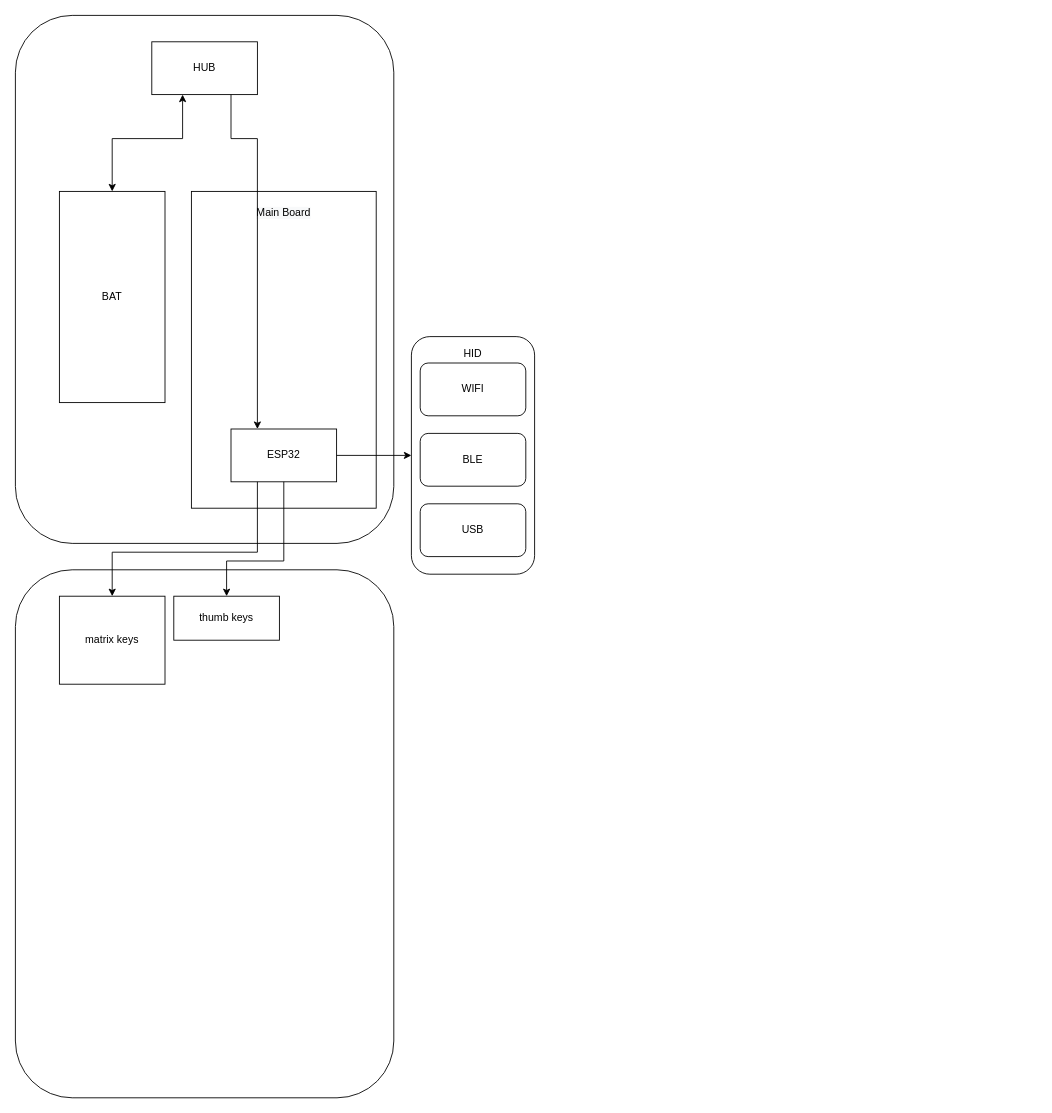
This is MMKeyboard.drawio from XiaoLiuAI/diagrams, a draw.io file, before an edit. Source tidied: cells renumbered, new cells numbered last; positions are measured from the earlier drawing's top-left corner, leaving out a move shared by most shapes. Both pictures are drawn from the tidied source at 88%, with x=0, y=0 at pixel (15, 15).
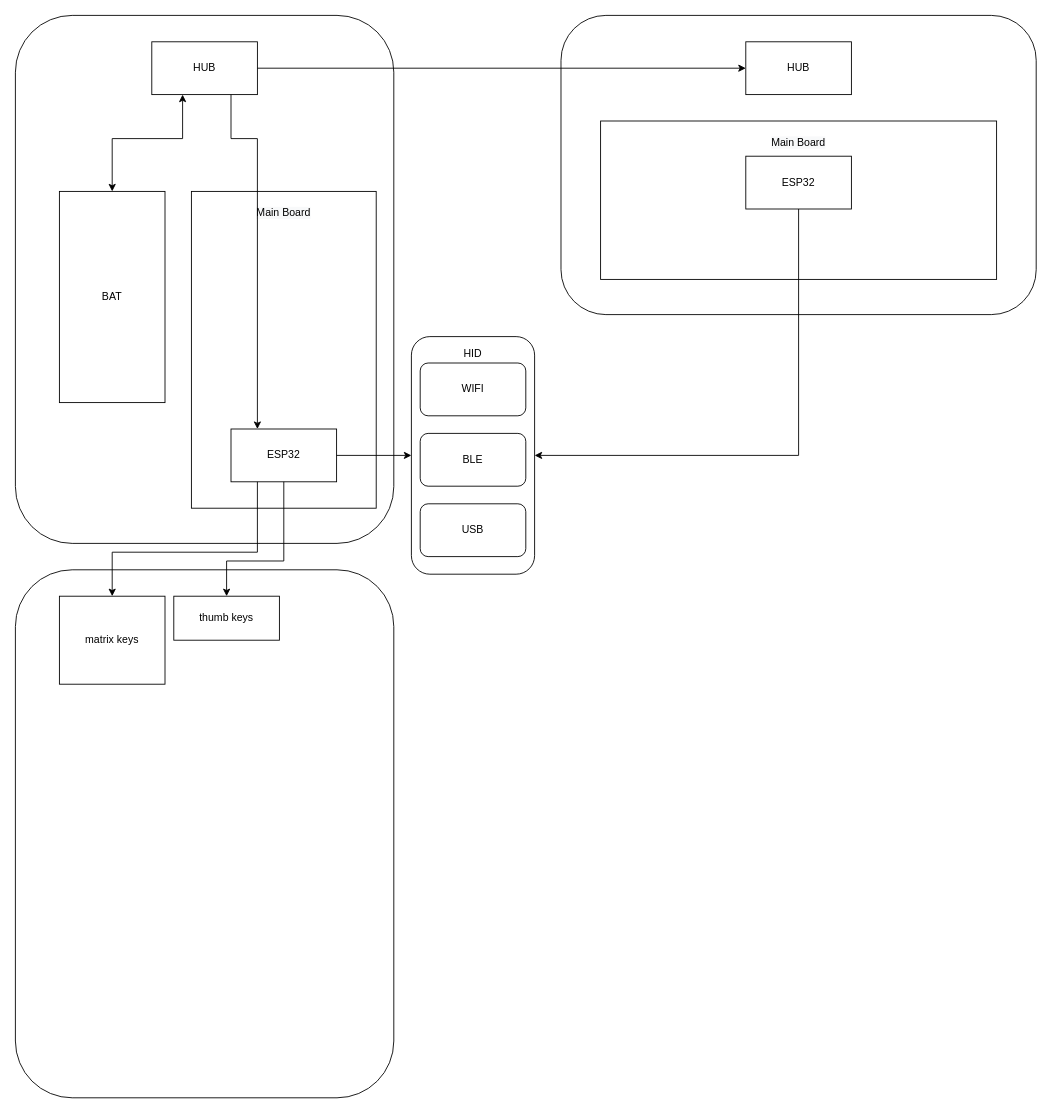
Above is the later version.

Unchanged cells that the change refers to:
```xml
<mxCell id="4" value="HUB" style="rounded=0;whiteSpace=wrap;html=1;" parent="1" vertex="1">
  <mxGeometry x="155" y="30" width="120" height="60" as="geometry" />
</mxCell>
<mxCell id="17" style="rounded=1;whiteSpace=wrap;html=1;" parent="16" vertex="1">
  <mxGeometry width="140" height="270" as="geometry" />
</mxCell>
```

Change to the diagram source:
```diff
@@
+    <mxCell id="23" style="rounded=1;whiteSpace=wrap;html=1;" parent="1" vertex="1">
+      <mxGeometry x="620" width="540" height="340" as="geometry" />
+    </mxCell>
+    <mxCell id="24" value="HUB" style="rounded=0;whiteSpace=wrap;html=1;" parent="1" vertex="1">
+      <mxGeometry x="830" y="30" width="120" height="60" as="geometry" />
+    </mxCell>
+    <mxCell id="25" style="endArrow=classic;html=1;rounded=0;exitX=1;exitY=0.5;exitDx=0;exitDy=0;entryX=0;entryY=0.5;entryDx=0;entryDy=0;" parent="1" edge="1" source="4" target="24">
+      <mxGeometry relative="1" as="geometry" />
+    </mxCell>
+    <mxCell id="26" style="rounded=0;whiteSpace=wrap;html=1;" parent="1" vertex="1">
+      <mxGeometry x="665" y="120" width="450" height="180" as="geometry" />
+    </mxCell>
+    <mxCell id="27" value="&lt;span style=&quot;color: rgb(0, 0, 0); font-family: Helvetica; font-size: 12px; font-style: normal; font-variant-ligatures: normal; font-variant-caps: normal; font-weight: 400; letter-spacing: normal; orphans: 2; text-align: center; text-indent: 0px; text-transform: none; widows: 2; word-spacing: 0px; -webkit-text-stroke-width: 0px; background-color: rgb(248, 249, 250); text-decoration-thickness: initial; text-decoration-style: initial; text-decoration-color: initial; float: none; display: inline !important;&quot;&gt;Main Board&lt;/span&gt;" style="text;html=1;strokeColor=none;fillColor=none;align=center;verticalAlign=middle;whiteSpace=wrap;rounded=0;" parent="1" vertex="1">
+      <mxGeometry x="840" y="130" width="100" height="30" as="geometry" />
+    </mxCell>
+    <mxCell id="28" value="ESP32" style="rounded=0;whiteSpace=wrap;html=1;" parent="1" vertex="1">
+      <mxGeometry x="830" y="160" width="120" height="60" as="geometry" />
+    </mxCell>
+    <mxCell id="29" style="edgeStyle=elbowEdgeStyle;elbow=vertical;endArrow=classic;html=1;rounded=0;entryX=1;entryY=0.5;entryDx=0;entryDy=0;" parent="1" edge="1" source="28" target="17">
+      <mxGeometry relative="1" as="geometry">
+        <Array as="points">
+          <mxPoint x="740" y="500" />
+        </Array>
+      </mxGeometry>
+    </mxCell>
```
